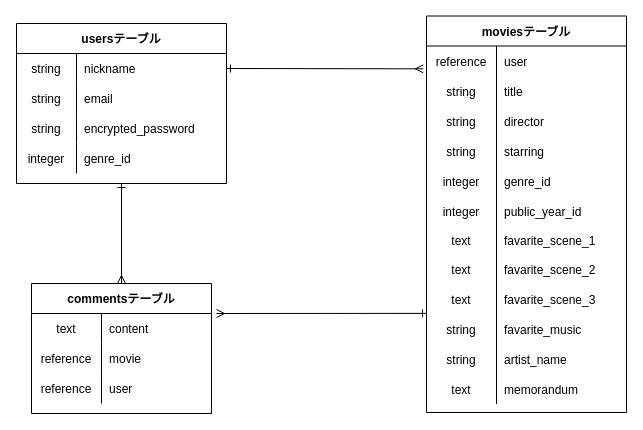
Above: test.dio in iorrittle/My-movies-collection (draw.io), before the change. Source tidied: cells renumbered, new cells numbered last; positions are measured from the earlier drawing's top-left corner, leaving out a move shared by most shapes. Both pictures are drawn from the tidied source at 100%, with x=0, y=0 at pixel (16, 15).
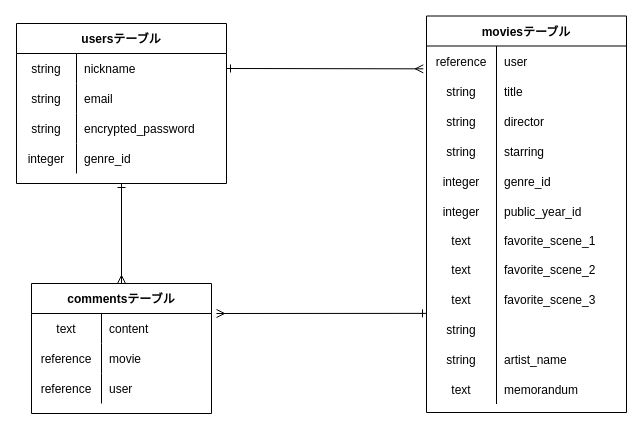
The same diagram, later.

Commit message (it also covers changes not shown here):
データベース設計（綴り修正）

The change refers to these unchanged cells:
```xml
<mxCell id="36" style="shape=partialRectangle;fillColor=none;top=0;left=0;bottom=0;right=0;" parent="17" vertex="1">
  <mxGeometry y="210" width="200" height="28" as="geometry" />
</mxCell>
<mxCell id="39" style="shape=partialRectangle;fillColor=none;top=0;left=0;bottom=0;right=0;" parent="17" vertex="1">
  <mxGeometry y="238" width="200" height="30" as="geometry" />
</mxCell>
<mxCell id="42" style="shape=partialRectangle;fillColor=none;top=0;left=0;bottom=0;right=0;" parent="17" vertex="1">
  <mxGeometry y="268" width="200" height="30" as="geometry" />
</mxCell>
<mxCell id="45" style="shape=partialRectangle;fillColor=none;top=0;left=0;bottom=0;right=0;" parent="17" vertex="1">
  <mxGeometry y="298" width="200" height="30" as="geometry" />
</mxCell>
```

Change to the diagram source:
```diff
@@
-    <mxCell id="38" value="favarite_scene_1" style="shape=partialRectangle;fillColor=none;top=0;left=0;bottom=0;right=0;align=left;spacingLeft=6;overflow=hidden;" parent="36" vertex="1">
+    <mxCell id="38" value="favorite_scene_1" style="shape=partialRectangle;fillColor=none;top=0;left=0;bottom=0;right=0;align=left;spacingLeft=6;overflow=hidden;" parent="36" vertex="1">
       <mxGeometry x="70" width="130" height="28" as="geometry" />
     </mxCell>
@@
-    <mxCell id="41" value="favarite_scene_2" style="shape=partialRectangle;fillColor=none;top=0;left=0;bottom=0;right=0;align=left;spacingLeft=6;overflow=hidden;" parent="39" vertex="1">
+    <mxCell id="41" value="favorite_scene_2" style="shape=partialRectangle;fillColor=none;top=0;left=0;bottom=0;right=0;align=left;spacingLeft=6;overflow=hidden;" parent="39" vertex="1">
       <mxGeometry x="70" width="130" height="30" as="geometry" />
     </mxCell>
@@
-    <mxCell id="44" value="favarite_scene_3" style="shape=partialRectangle;fillColor=none;top=0;left=0;bottom=0;right=0;align=left;spacingLeft=6;overflow=hidden;" parent="42" vertex="1">
+    <mxCell id="44" value="favorite_scene_3" style="shape=partialRectangle;fillColor=none;top=0;left=0;bottom=0;right=0;align=left;spacingLeft=6;overflow=hidden;" parent="42" vertex="1">
       <mxGeometry x="70" width="130" height="30" as="geometry" />
     </mxCell>
@@
-    <mxCell id="47" value="favarite_music" style="shape=partialRectangle;fillColor=none;top=0;left=0;bottom=0;right=0;align=left;spacingLeft=6;overflow=hidden;" parent="45" vertex="1">
+    <mxCell id="47" style="shape=partialRectangle;fillColor=none;top=0;left=0;bottom=0;right=0;align=left;spacingLeft=6;overflow=hidden;" parent="45" vertex="1">
       <mxGeometry x="70" width="130" height="30" as="geometry" />
     </mxCell>
```
